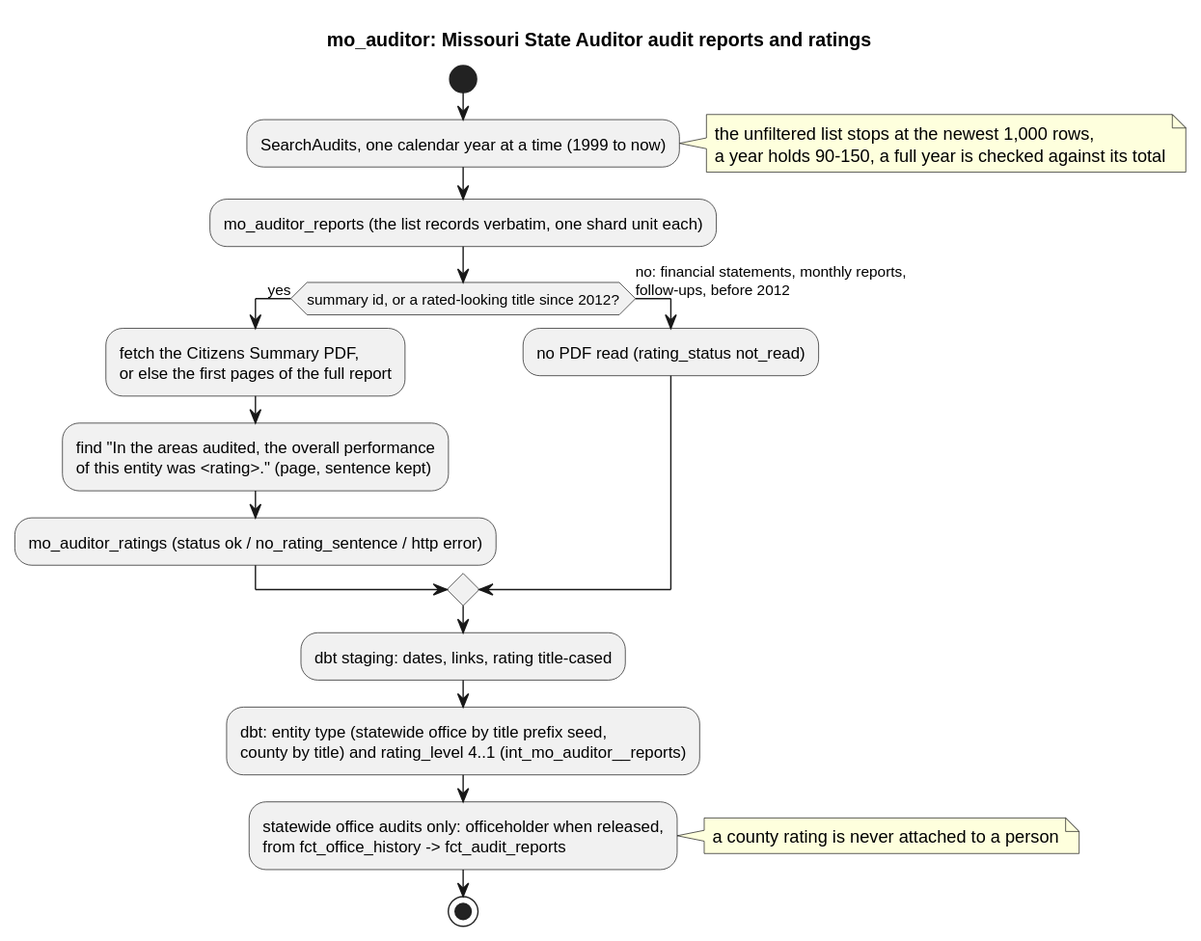
The PlantUML diagram docs/diagrams/sources/mo_auditor.svg in akettmann/missouri_gov_feed, before a commit. Its source is kept beside it as docs/diagrams/sources/mo_auditor.puml. The source it was exported from:
```plantuml
@startuml mo_auditor
title mo_auditor: Missouri State Auditor audit reports and ratings
start
:SearchAudits, one calendar year at a time (1999 to now);
note right: the unfiltered list stops at the newest 1,000 rows,\na year holds 90-150, a full year is checked against its total
:mo_auditor_reports (the list records verbatim, one shard unit each);
if (summary id, or a rated-looking title since 2012?) then (yes)
  :fetch the Citizens Summary PDF,\nor else the first pages of the full report;
  :find "In the areas audited, the overall performance\nof this entity was <rating>." (page, sentence kept);
  :mo_auditor_ratings (status ok / no_rating_sentence / http error);
else (no: financial statements, monthly reports,\nfollow-ups, before 2012)
  :no PDF read (rating_status not_read);
endif
:dbt staging: dates, links, rating title-cased;
:dbt: entity type (statewide office by title prefix seed,\ncounty by title) and rating_level 4..1 (int_mo_auditor__reports);
:statewide office audits only: officeholder when released,\nfrom fct_office_history -> fct_audit_reports;
note right: a county rating is never attached to a person
stop
@enduml
```
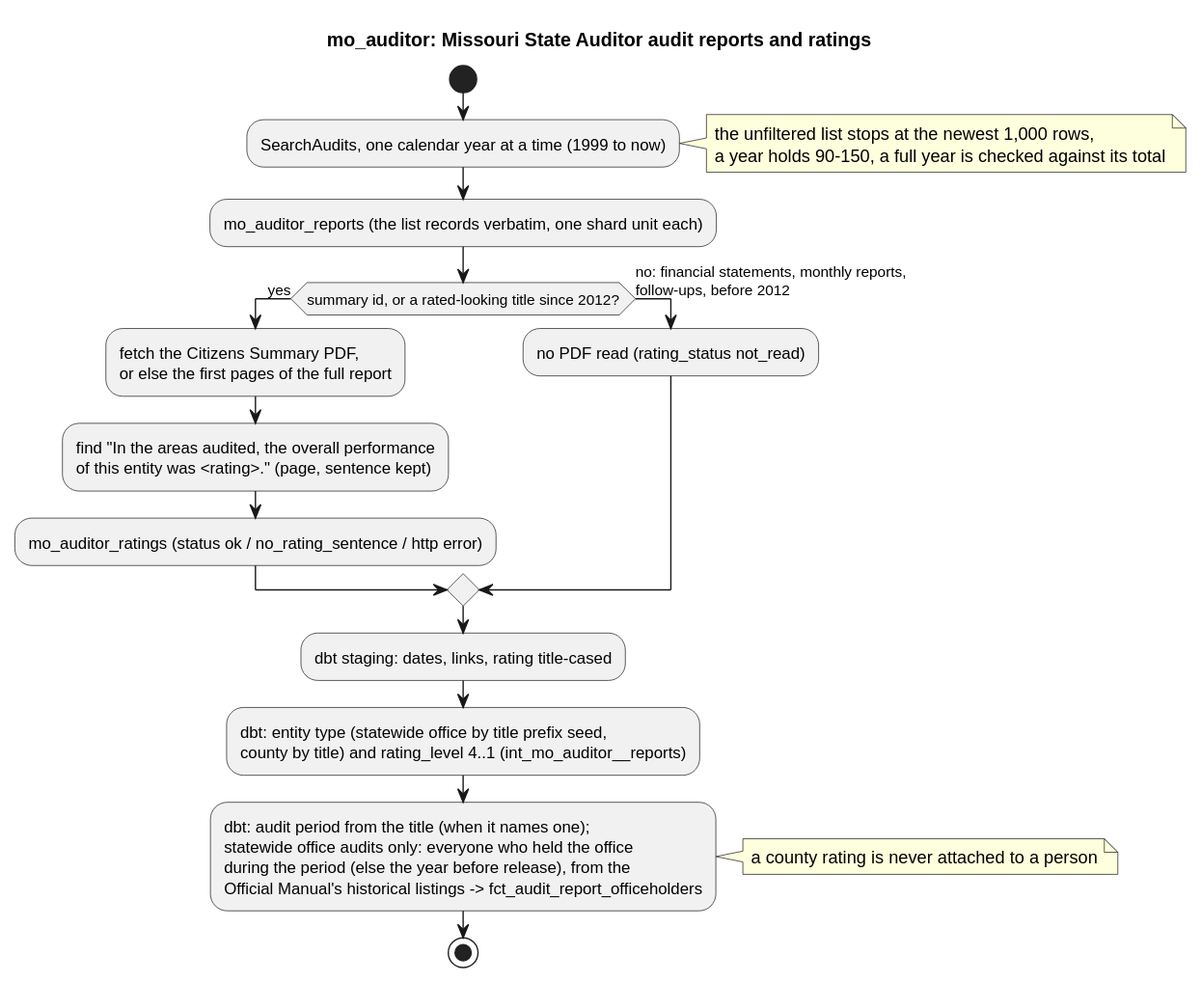
Above is the later version.

Diff of the diagram source:
```diff
@@ -13,7 +13,7 @@
 endif
 :dbt staging: dates, links, rating title-cased;
 :dbt: entity type (statewide office by title prefix seed,\ncounty by title) and rating_level 4..1 (int_mo_auditor__reports);
-:statewide office audits only: officeholder when released,\nfrom fct_office_history -> fct_audit_reports;
+:dbt: audit period from the title (when it names one);\nstatewide office audits only: everyone who held the office\nduring the period (else the year before release), from the\nOfficial Manual's historical listings -> fct_audit_report_officeholders;
 note right: a county rating is never attached to a person
 stop
 @enduml
```
